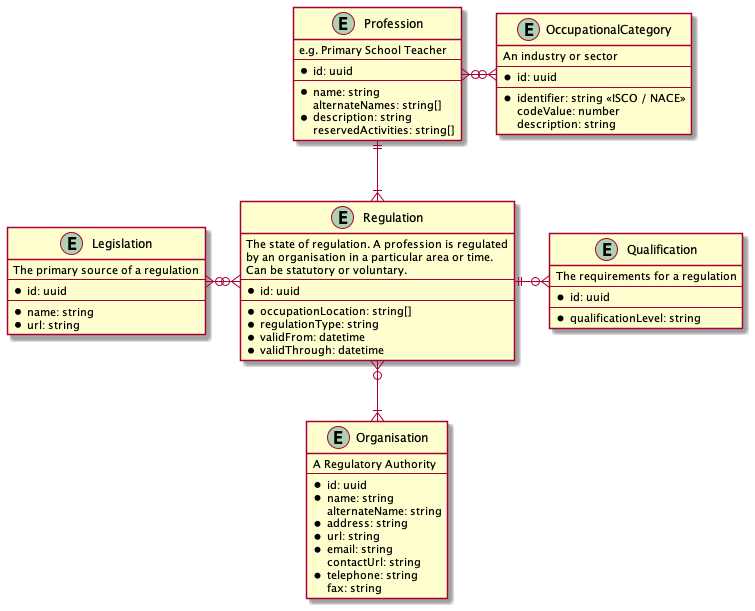
The PlantUML diagram doc/architecture/diagrams/organisations-and-professions/organisations-and-professions-0012.png in UKGovernmentBEIS/regulated-professions-register, before a commit. Source of this version:
```plantuml
@startuml organisations-and-professions
entity Organisation {
  A Regulatory Authority
  --
  * id: uuid
  * name: string
  alternateName: string
  * address: string
  * url: string
  * email: string
  contactUrl: string
  * telephone: string
  fax: string
}

entity Regulation {
  The state of regulation. A profession is regulated
  by an organisation in a particular area or time.
  Can be statutory or voluntary.
  --
  * id: uuid
  --
  * occupationLocation: string[]
  * regulationType: string
  * validFrom: datetime
  * validThrough: datetime
}

entity Profession {
  e.g. Primary School Teacher
  --
  * id: uuid
  --
  * name: string
  alternateNames: string[]
  * description: string
  reservedActivities: string[]
}

entity Qualification {
  The requirements for a regulation
  --
  * id: uuid
  --
  * qualificationLevel: string
}

entity Legislation {
  The primary source of a regulation
  --
  * id: uuid
  --
  * name: string
  * url: string
}

entity OccupationalCategory {
  An industry or sector
  --
  * id: uuid
  --
  * identifier: string <<ISCO / NACE>>
  codeValue: number
  description: string
}

Profession }o-o{ OccupationalCategory

Profession ||--|{ Regulation

Legislation }o-o{ Regulation
Regulation ||-o{ Qualification

Regulation }o--|{ Organisation
@enduml
```
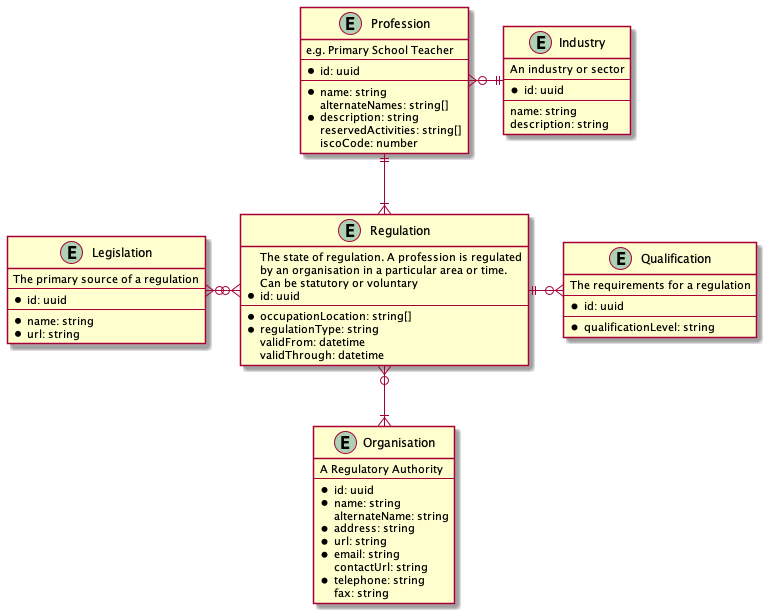
The same file after the commit.

Commit message:
update generated data arch image

What changed in the source:
```diff
@@ -16,14 +16,13 @@
 entity Regulation {
   The state of regulation. A profession is regulated
   by an organisation in a particular area or time.
-  Can be statutory or voluntary.
-  --
+  Can be statutory or voluntary
   * id: uuid
   --
   * occupationLocation: string[]
   * regulationType: string
-  * validFrom: datetime
-  * validThrough: datetime
+  validFrom: datetime
+  validThrough: datetime
 }
 
 entity Profession {
@@ -35,6 +34,7 @@
   alternateNames: string[]
   * description: string
   reservedActivities: string[]
+  iscoCode: number
 }
 
 entity Qualification {
@@ -54,17 +54,16 @@
   * url: string
 }
 
-entity OccupationalCategory {
+entity Industry {
   An industry or sector
   --
   * id: uuid
   --
-  * identifier: string <<ISCO / NACE>>
-  codeValue: number
+  name: string
   description: string
 }
 
-Profession }o-o{ OccupationalCategory
+Profession }o-|| Industry
 
 Profession ||--|{ Regulation
 
```
